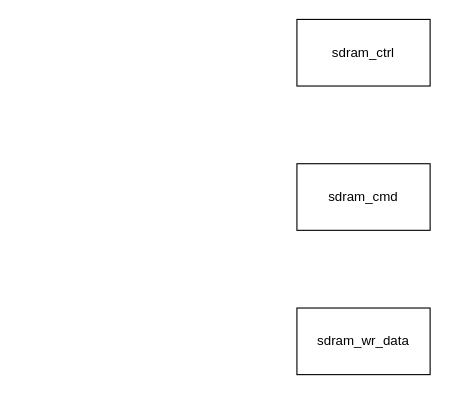
Manistein/let-us-build-a-computer-system keeps this draw.io diagram as hardware/sdram_ctrl.drawio. Above is the earlier version. Source tidied: cells renumbered, new cells numbered last; positions are measured from the earlier drawing's top-left corner, leaving out a move shared by most shapes. Both pictures are drawn from the tidied source at 111%, with x=0, y=0 at pixel (296, 19).
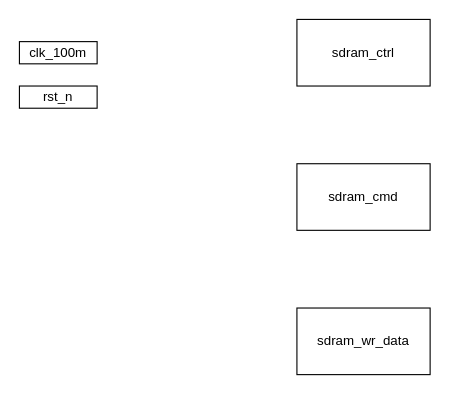
The same diagram, later.

Diff of the diagram source:
```diff
@@
 <mxGraphModel>
   <root>
     <mxCell id="0" />
     <mxCell id="1" parent="0" />
     <mxCell id="2" value="sdram_ctrl" style="rounded=0;whiteSpace=wrap;html=1;" parent="1" vertex="1">
       <mxGeometry width="120" height="60" as="geometry" />
     </mxCell>
     <mxCell id="3" value="sdram_cmd" style="rounded=0;whiteSpace=wrap;html=1;" parent="1" vertex="1">
       <mxGeometry y="130" width="120" height="60" as="geometry" />
     </mxCell>
     <mxCell id="4" value="sdram_wr_data" style="rounded=0;whiteSpace=wrap;html=1;" parent="1" vertex="1">
       <mxGeometry y="260" width="120" height="60" as="geometry" />
     </mxCell>
+    <mxCell id="5" value="clk_100m" style="rounded=0;whiteSpace=wrap;html=1;" parent="1" vertex="1">
+      <mxGeometry x="-250" y="20" width="70" height="20" as="geometry" />
+    </mxCell>
+    <mxCell id="6" value="rst_n" style="rounded=0;whiteSpace=wrap;html=1;" parent="1" vertex="1">
+      <mxGeometry x="-250" y="60" width="70" height="20" as="geometry" />
+    </mxCell>
   </root>
 </mxGraphModel>
```
